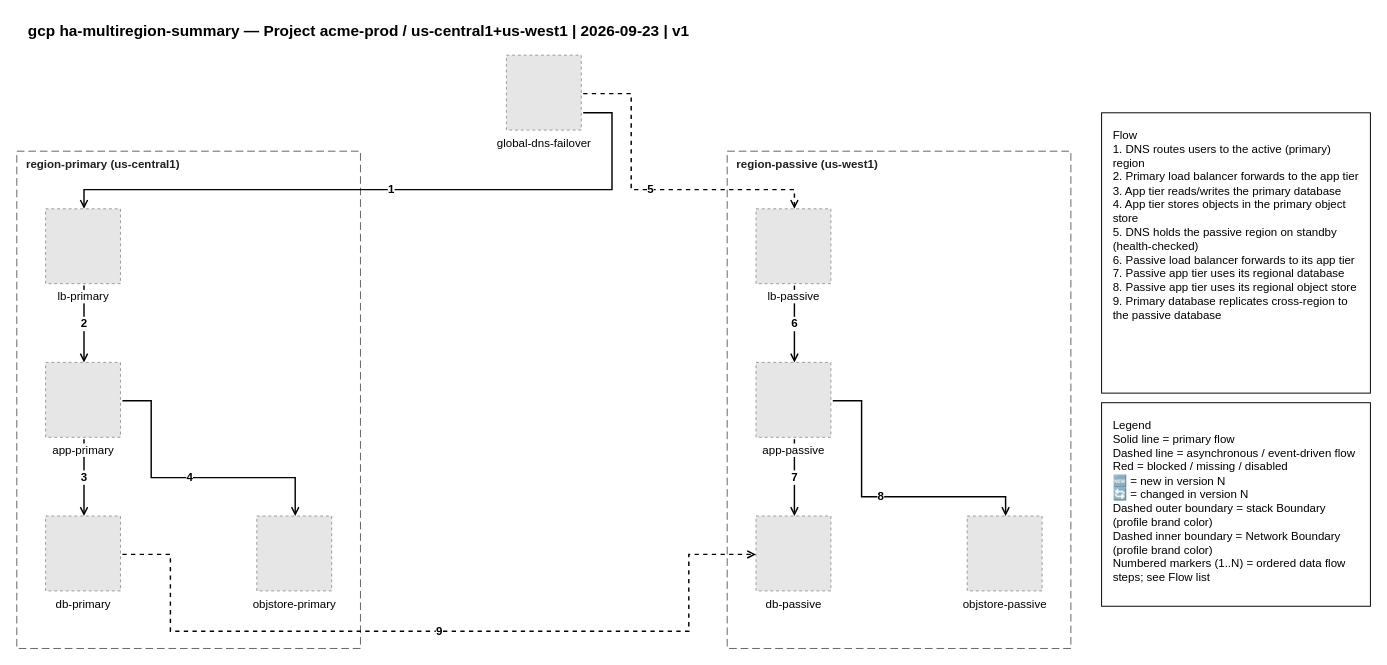
Above: examples/gcp/02-gcp-ha-multiregion-summary.drawio in totoshko88/Cloud_Architecture (draw.io), before the change. Source tidied: cells renumbered, new cells numbered last; positions are measured from the earlier drawing's top-left corner, leaving out a move shared by most shapes. Both pictures are drawn from the tidied source at 96%, with x=0, y=0 at pixel (16, 16). Pictures stored in the file or linked from it are replaced by grey dashed boxes.
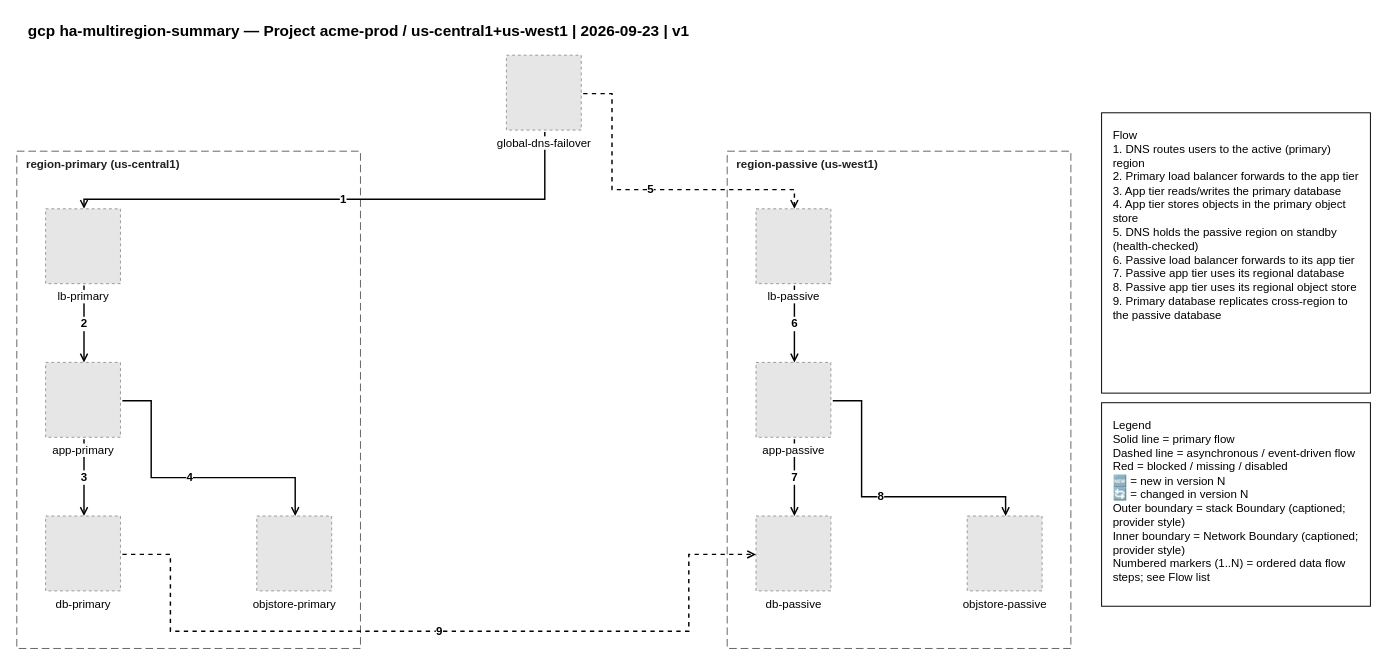
The same page after the edit.

The change refers to these unchanged cells:
```xml
<mxCell id="10" value="lb-primary" style="fillColor=#E6E6E6;strokeColor=#999999;dashed=1;verticalLabelPosition=bottom;verticalAlign=top;html=1;align=center;fontSize=12;labelBackgroundColor=#FFFFFF;" parent="1" vertex="1">
  <mxGeometry x="30" y="200" width="78" height="78" as="geometry" />
</mxCell>
<mxCell id="14" value="lb-passive" style="fillColor=#E6E6E6;strokeColor=#999999;dashed=1;verticalLabelPosition=bottom;verticalAlign=top;html=1;align=center;fontSize=12;labelBackgroundColor=#FFFFFF;" parent="1" vertex="1">
  <mxGeometry x="770" y="200" width="78" height="78" as="geometry" />
</mxCell>
```

What changed in the source:
```diff
@@
+    <mxCell id="18" value="1" style="edgeStyle=orthogonalEdgeStyle;rounded=0;html=1;endArrow=open;endFill=0;strokeWidth=1.5;exitX=0.5128205128205128;exitY=1.0256410256410255;exitDx=0;exitDy=0;exitPerimeter=0;entryX=0.5128205128205128;entryY=0.0;entryDx=0;entryDy=0;fontSize=12;fontStyle=1;" parent="1" edge="1" source="9" target="10">
+      <mxGeometry relative="1" as="geometry">
+        <Array as="points">
+          <mxPoint x="550" y="190" />
+          <mxPoint x="70" y="190" />
+        </Array>
+      </mxGeometry>
+    </mxCell>
@@
-    <mxCell id="9" value="global-dns-failover" style="fillColor=#E6E6E6;strokeColor=#999999;dashed=1;verticalLabelPosition=bottom;verticalAlign=top;html=1;align=center;fontSize=12;" parent="1" vertex="1">
+    <mxCell id="9" value="global-dns-failover" style="fillColor=#E6E6E6;strokeColor=#999999;dashed=1;verticalLabelPosition=bottom;verticalAlign=top;html=1;align=center;fontSize=12;labelBackgroundColor=#FFFFFF;" parent="1" vertex="1">
       <mxGeometry x="510" y="40" width="78" height="78" as="geometry" />
     </mxCell>
@@
-    <mxCell id="18" value="1" style="edgeStyle=orthogonalEdgeStyle;rounded=0;html=1;endArrow=open;endFill=0;strokeWidth=1.5;exitX=1.0256410256410255;exitY=0.7692307692307693;exitDx=0;exitDy=0;exitPerimeter=0;entryX=0.5128205128205128;entryY=0.0;entryDx=0;entryDy=0;fontSize=12;fontStyle=1;" parent="1" edge="1" source="9" target="10">
-      <mxGeometry relative="1" as="geometry">
-        <Array as="points">
-          <mxPoint x="620" y="100" />
-          <mxPoint x="620" y="180" />
-          <mxPoint x="70" y="180" />
-        </Array>
-      </mxGeometry>
-    </mxCell>
@@
     <mxCell id="20" value="5" style="edgeStyle=orthogonalEdgeStyle;rounded=0;html=1;endArrow=open;endFill=0;strokeWidth=1.5;dashed=1;exitX=1.0256410256410255;exitY=0.5128205128205128;exitDx=0;exitDy=0;exitPerimeter=0;entryX=0.5128205128205128;entryY=0.0;entryDx=0;entryDy=0;fontSize=12;fontStyle=1;" parent="1" edge="1" source="9" target="14">
       <mxGeometry relative="1" as="geometry">
         <Array as="points">
-          <mxPoint x="640" y="80" />
-          <mxPoint x="640" y="180" />
+          <mxPoint x="620" y="80" />
+          <mxPoint x="620" y="180" />
           <mxPoint x="810" y="180" />
         </Array>
       </mxGeometry>
     </mxCell>
@@
-    <mxCell id="24" value="Legend&#10;Solid line = primary flow&#10;Dashed line = asynchronous / event-driven flow&#10;Red = blocked / missing / disabled&#10;🆕 = new in version N&#10;🔄 = changed in version N&#10;Dashed outer boundary = stack Boundary (profile brand color)&#10;Dashed inner boundary = Network Boundary (profile brand color)&#10;Numbered markers (1..N) = ordered data flow steps; see Flow list" style="text;html=1;align=left;verticalAlign=top;fontSize=12;whiteSpace=wrap;strokeColor=#000000;fillColor=#FFFFFF;spacingLeft=10;spacingRight=10;spacingTop=10;spacingBottom=10;" parent="1" vertex="1">
+    <mxCell id="24" value="Legend&#10;Solid line = primary flow&#10;Dashed line = asynchronous / event-driven flow&#10;Red = blocked / missing / disabled&#10;🆕 = new in version N&#10;🔄 = changed in version N&#10;Outer boundary = stack Boundary (captioned; provider style)&#10;Inner boundary = Network Boundary (captioned; provider style)&#10;Numbered markers (1..N) = ordered data flow steps; see Flow list" style="text;html=1;align=left;verticalAlign=top;fontSize=12;whiteSpace=wrap;strokeColor=#000000;fillColor=#FFFFFF;spacingLeft=10;spacingRight=10;spacingTop=10;spacingBottom=10;" parent="1" vertex="1">
       <mxGeometry x="1130" y="402" width="280" height="212" as="geometry" />
     </mxCell>
```
